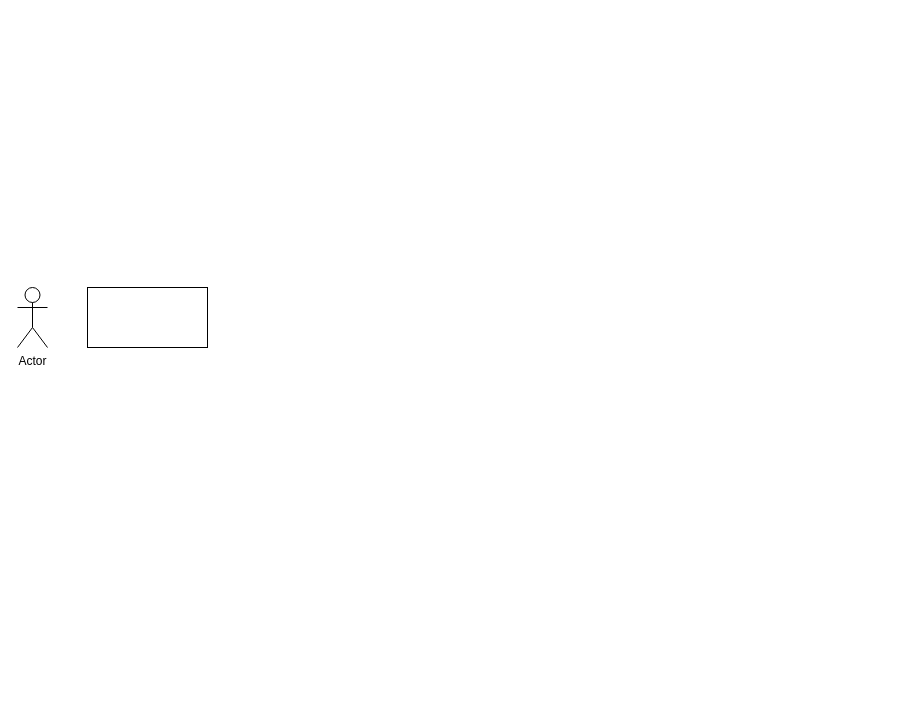
This is 제목 없는 다이어그램.drawio from 1009god/kh-4team, a draw.io file, before an edit. Source tidied: cells renumbered, new cells numbered last; positions are measured from the earlier drawing's top-left corner, leaving out a move shared by most shapes. Both pictures are drawn from the tidied source at 100%, with x=0, y=0 at pixel (17, 287).
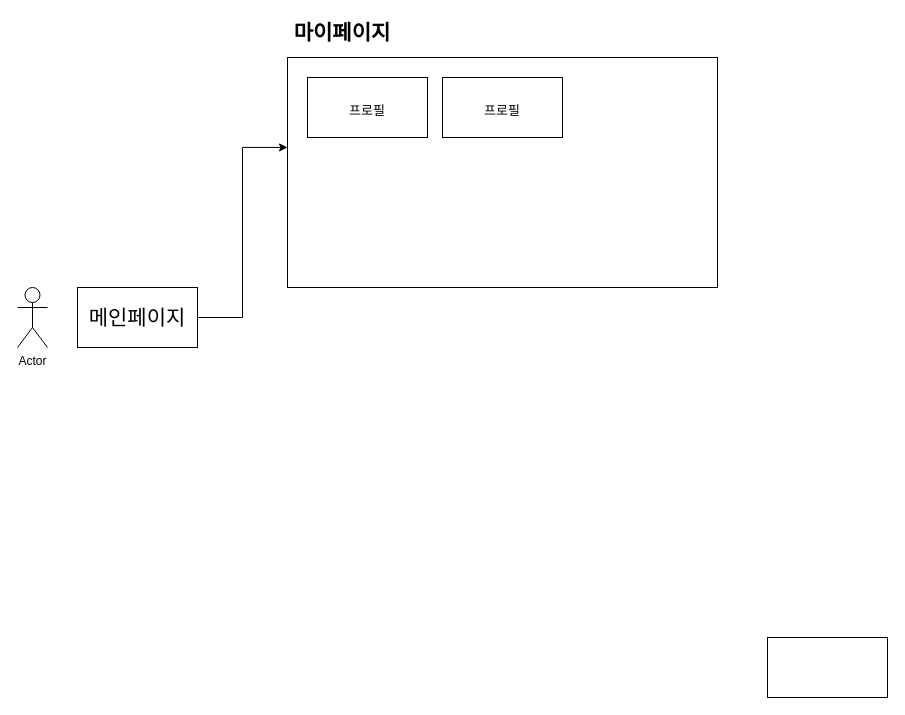
The same diagram, later.

The edit, as a diff of the source:
```diff
@@
 <mxGraphModel>
   <root>
     <mxCell id="0" />
     <mxCell id="1" parent="0" />
     <mxCell id="2" value="Actor" style="shape=umlActor;verticalLabelPosition=bottom;verticalAlign=top;html=1;" parent="1" vertex="1">
       <mxGeometry width="30" height="60" as="geometry" />
     </mxCell>
+    <mxCell id="4" style="edgeStyle=orthogonalEdgeStyle;rounded=0;jettySize=auto;html=1;exitX=1;exitY=0.5;exitDx=0;exitDy=0;entryX=0;entryY=0.391;entryDx=0;entryDy=0;entryPerimeter=0;fontSize=21;" parent="1" edge="1" source="3" target="6">
+      <mxGeometry relative="1" as="geometry" />
+    </mxCell>
-    <mxCell id="3" style="rounded=0;whiteSpace=wrap;html=1;" parent="1" vertex="1">
-      <mxGeometry x="70" width="120" height="60" as="geometry" />
+    <mxCell id="3" value="&lt;font style=&quot;font-size: 21px;&quot;&gt;메인페이지&lt;/font&gt;" style="rounded=0;whiteSpace=wrap;html=1;" parent="1" vertex="1">
+      <mxGeometry x="60" width="120" height="60" as="geometry" />
     </mxCell>
+    <mxCell id="5" style="group;" parent="1" vertex="1">
+      <mxGeometry x="270" y="-270" width="430" height="270" as="geometry" />
+    </mxCell>
+    <mxCell id="6" style="rounded=0;whiteSpace=wrap;html=1;" parent="5" vertex="1">
+      <mxGeometry y="40" width="430" height="230" as="geometry" />
+    </mxCell>
+    <mxCell id="7" value="마이페이지" style="text;html=1;strokeColor=none;fillColor=none;align=center;verticalAlign=middle;whiteSpace=wrap;rounded=0;fontSize=21;fontStyle=1;" parent="5" vertex="1">
+      <mxGeometry width="110" height="30" as="geometry" />
+    </mxCell>
+    <mxCell id="8" value="&lt;font style=&quot;font-size: 13px;&quot;&gt;프로필&lt;/font&gt;" style="rounded=0;whiteSpace=wrap;html=1;fontSize=21;" parent="5" vertex="1">
+      <mxGeometry x="20" y="60" width="120" height="60" as="geometry" />
+    </mxCell>
+    <mxCell id="9" value="&lt;font style=&quot;font-size: 13px;&quot;&gt;프로필&lt;/font&gt;" style="rounded=0;whiteSpace=wrap;html=1;fontSize=21;" parent="5" vertex="1">
+      <mxGeometry x="155" y="60" width="120" height="60" as="geometry" />
+    </mxCell>
+    <mxCell id="10" style="rounded=0;whiteSpace=wrap;html=1;fontSize=21;" parent="1" vertex="1">
+      <mxGeometry x="750" y="350" width="120" height="60" as="geometry" />
+    </mxCell>
   </root>
 </mxGraphModel>
```
